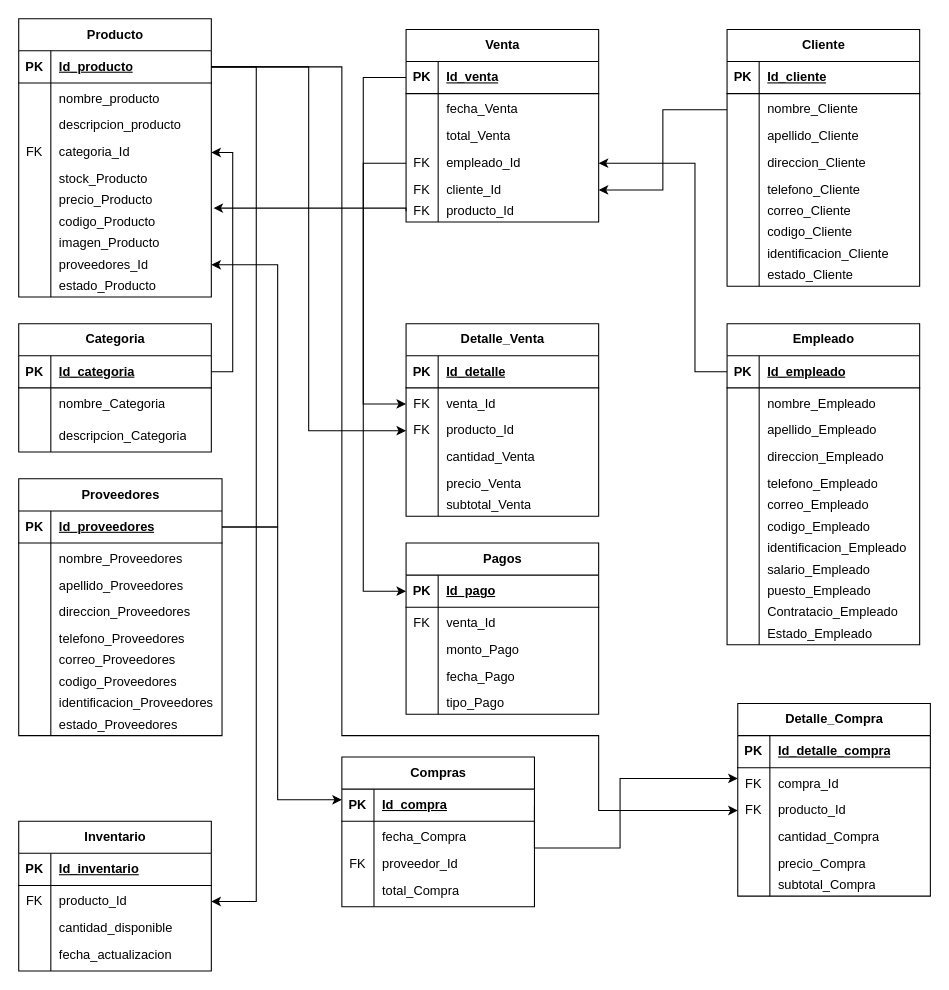
TechPioneerSV/DiagramaPV keeps this draw.io diagram as Diagrama sin título.drawio. Above is the earlier version. Source tidied: cells renumbered, new cells numbered last; positions are measured from the earlier drawing's top-left corner, leaving out a move shared by most shapes. Both pictures are drawn from the tidied source at 107%, with x=0, y=0 at pixel (18, 18).
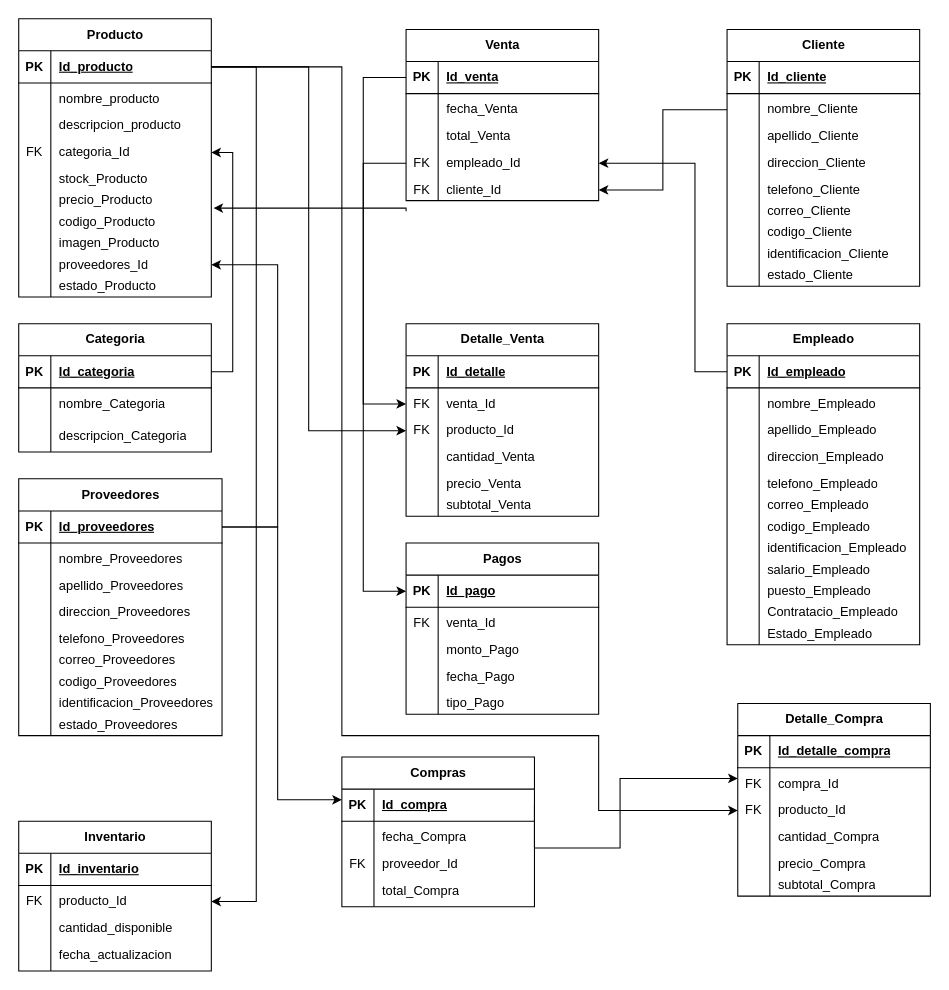
The same diagram, later.

The edit, as a diff of the source:
```diff
@@
     <mxCell id="43" value="Venta" style="shape=table;startSize=30;childLayout=tableLayout;rowLines=0;fontStyle=1;align=center;html=1;" parent="1" vertex="1">
-      <mxGeometry x="362" y="10" width="180" height="180" as="geometry" />
+      <mxGeometry x="362" y="10" width="180" height="160" as="geometry" />
     </mxCell>
@@
-    <mxCell id="59" style="shape=tableRow;horizontal=0;startSize=0;swimlaneHead=0;swimlaneBody=0;fillColor=none;points=[[0,0.5],[1,0.5]];portConstraint=eastwest;top=0;left=0;right=0;bottom=0;" parent="43" vertex="1">
-      <mxGeometry y="160" width="180" height="20" as="geometry" />
-    </mxCell>
-    <mxCell id="60" value="FK" style="shape=partialRectangle;fillColor=none;top=0;left=0;bottom=0;right=0;overflow=hidden;whiteSpace=wrap;html=1;" parent="59" vertex="1">
-      <mxGeometry width="30" height="20" as="geometry" />
-    </mxCell>
-    <mxCell id="61" value="producto_Id" style="shape=partialRectangle;fillColor=none;top=0;left=0;bottom=0;right=0;align=left;spacingLeft=6;overflow=hidden;whiteSpace=wrap;html=1;" parent="59" vertex="1">
-      <mxGeometry x="30" width="150" height="20" as="geometry" />
-    </mxCell>
@@
-    <mxCell id="246" style="edgeStyle=orthogonalEdgeStyle;rounded=0;jettySize=auto;html=1;exitX=0;exitY=0.5;exitDx=0;exitDy=0;" parent="1" edge="1" source="59">
+    <mxCell id="246" style="edgeStyle=orthogonalEdgeStyle;rounded=0;orthogonalLoop=1;jettySize=auto;html=1;exitX=0;exitY=0.5;exitDx=0;exitDy=0;" parent="1" edge="1">
       <mxGeometry relative="1" as="geometry">
+        <mxPoint x="362" y="180" as="sourcePoint" />
         <mxPoint x="182" y="177" as="targetPoint" />
         <Array as="points">
           <mxPoint x="362" y="177" />
         </Array>
       </mxGeometry>
     </mxCell>
```
